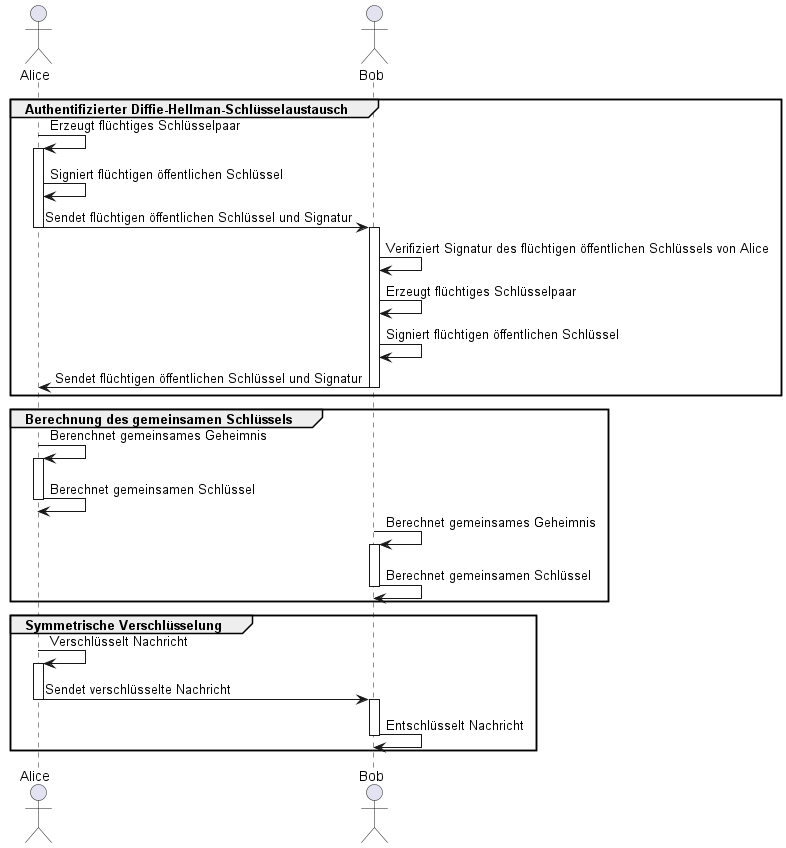
Before: images/sec.png, a diagram exported from PlantUML (NicoleSauer/BachelorsThesis). Its source is kept beside it as puml/sec.puml. The source it was exported from:
```plantuml
@startuml encryption
actor Alice
actor Bob

group Authentifizierter Diffie-Hellman-Schlüsselaustausch

    Alice -> Alice: Erzeugt flüchtiges Schlüsselpaar
    activate Alice
    Alice -> Alice: Signiert flüchtigen öffentlichen Schlüssel
    Alice -> Bob: Sendet flüchtigen öffentlichen Schlüssel und Signatur
    deactivate Alice

    activate Bob
    Bob -> Bob: Verifiziert Signatur des flüchtigen öffentlichen Schlüssels von Alice
    Bob -> Bob: Erzeugt flüchtiges Schlüsselpaar
    Bob -> Bob: Signiert flüchtigen öffentlichen Schlüssel
    Bob -> Alice: Sendet flüchtigen öffentlichen Schlüssel und Signatur
    deactivate Bob
end

group Berechnung des gemeinsamen Schlüssels

    Alice -> Alice: Berenchnet gemeinsames Geheimnis
    activate Alice
    Alice -> Alice: Berechnet gemeinsamen Schlüssel
    deactivate Alice


    Bob -> Bob: Berechnet gemeinsames Geheimnis
    activate Bob
    Bob -> Bob: Berechnet gemeinsamen Schlüssel
    deactivate Bob
end

group Symmetrische Verschlüsselung

    Alice -> Alice: Verschlüsselt Nachricht
    Alice -> Alice: Signiert Nachricht
    activate Alice
    Alice -> Bob: Sendet verschlüsselte und signierte Nachricht
    deactivate Alice

    activate Bob
    Bob -> Bob: Verifiziert Signatur mittels Blockchain
    Bob -> Bob: Entschlüsselt Nachricht
    deactivate Bob
end

@enduml
```
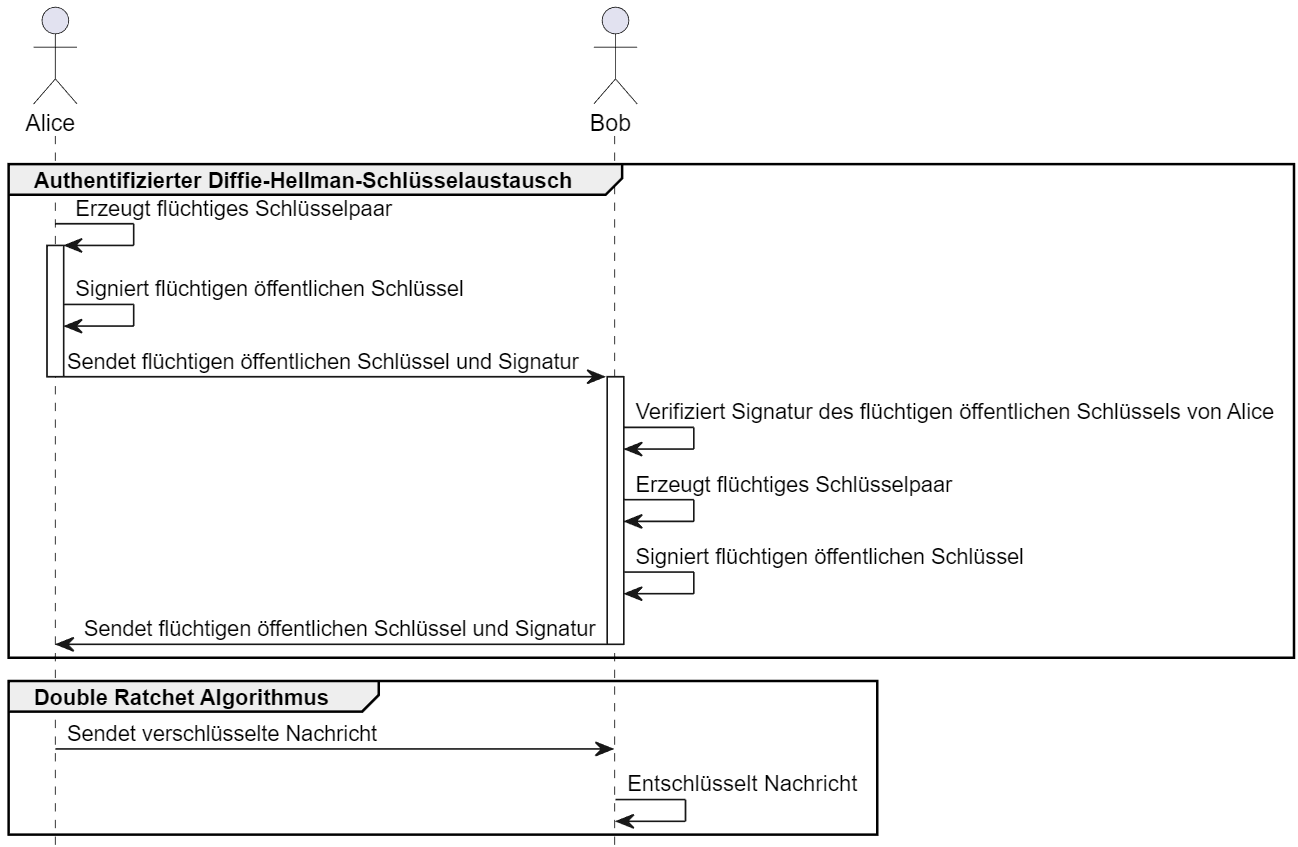
After the commit.

Diff of the diagram source:
```diff
@@ -18,32 +18,9 @@
     deactivate Bob
 end
 
-group Berechnung des gemeinsamen Schlüssels
-
-    Alice -> Alice: Berenchnet gemeinsames Geheimnis
-    activate Alice
-    Alice -> Alice: Berechnet gemeinsamen Schlüssel
-    deactivate Alice
-
-
-    Bob -> Bob: Berechnet gemeinsames Geheimnis
-    activate Bob
-    Bob -> Bob: Berechnet gemeinsamen Schlüssel
-    deactivate Bob
-end
-
-group Symmetrische Verschlüsselung
-
-    Alice -> Alice: Verschlüsselt Nachricht
-    Alice -> Alice: Signiert Nachricht
-    activate Alice
-    Alice -> Bob: Sendet verschlüsselte und signierte Nachricht
-    deactivate Alice
-
-    activate Bob
-    Bob -> Bob: Verifiziert Signatur mittels Blockchain
+group Double Ratchet Algorithmus
+    Alice -> Bob: Sendet verschlüsselte Nachricht
     Bob -> Bob: Entschlüsselt Nachricht
-    deactivate Bob
 end
 
 @enduml
```
